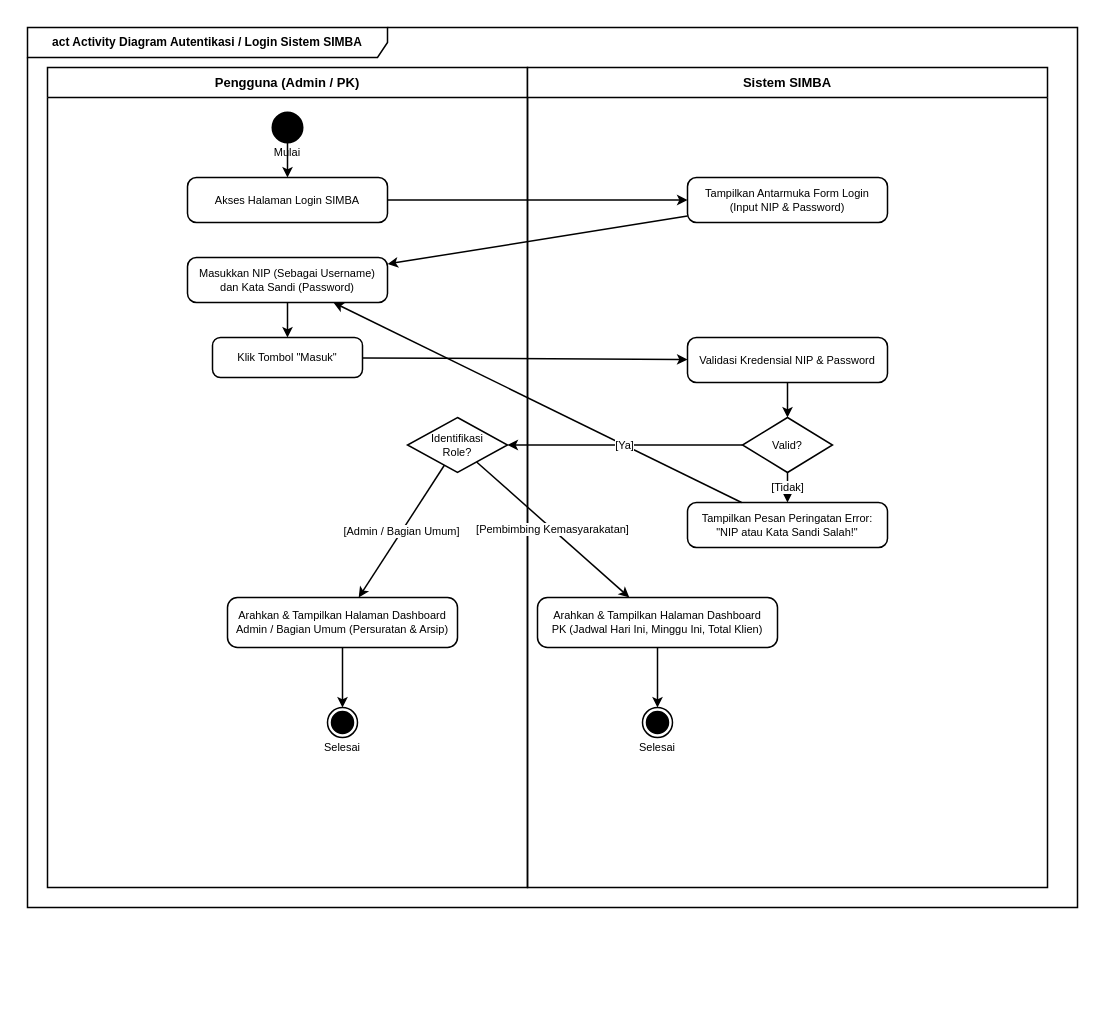
Above: page "1. Login Sistem" (1 of 12) of diagram/activity_diagram_simba.drawio in hilyaaulia14/SIMBA (draw.io), before the change. Source tidied: cells renumbered, new cells numbered last; positions are measured from the earlier drawing's top-left corner, leaving out a move shared by most shapes. Both pictures are drawn from the tidied source at 100%, with x=0, y=0 at pixel (27, 27).
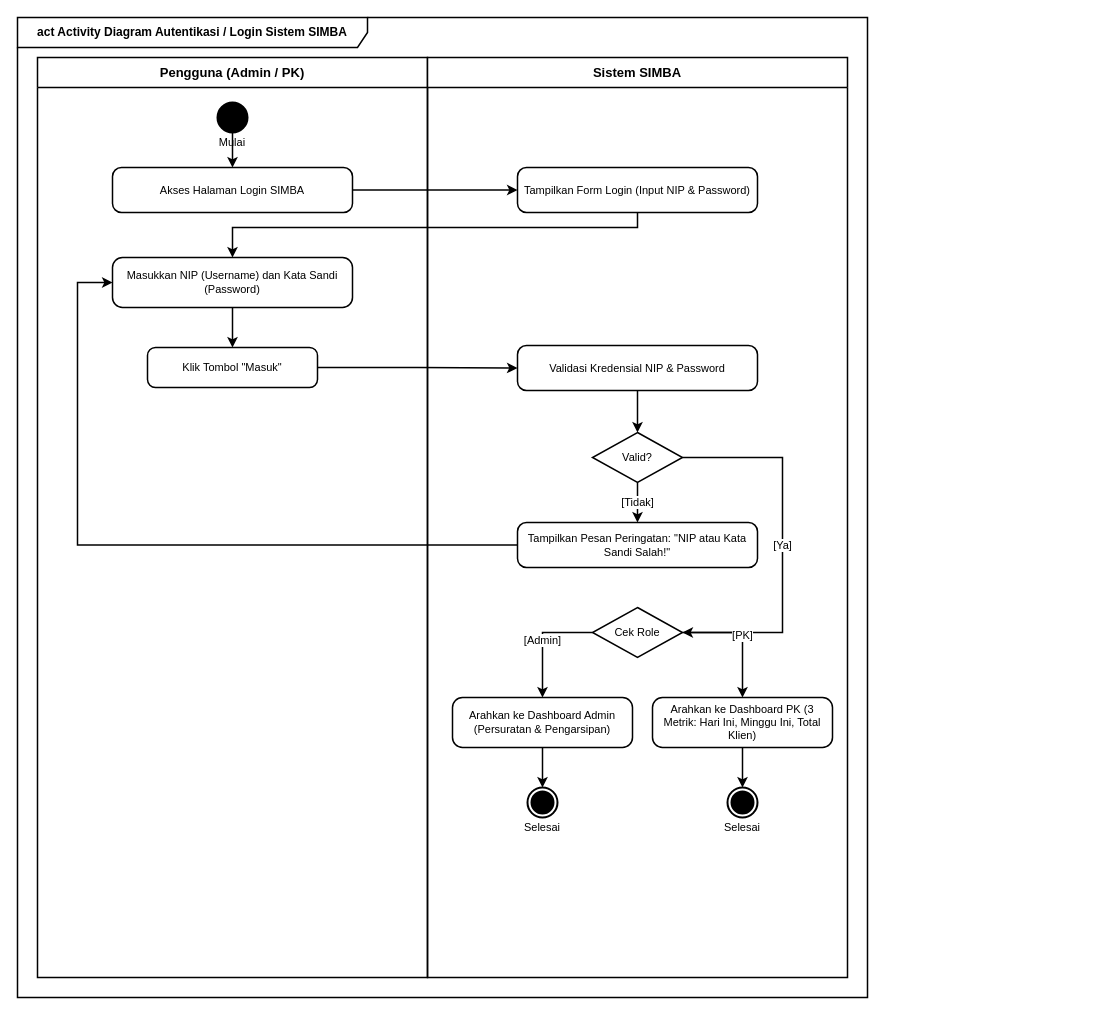
The same page after the edit.

Commit message (it also covers changes not shown here):
Menambahkan diagram yang diperlukan

What changed in the source:
```diff
@@
-    <mxCell id="2" value="act Activity Diagram Autentikasi / Login Sistem SIMBA" style="shape=umlFrame;whiteSpace=wrap;html=1;width=360;height=30;fillColor=#ffffff;strokeColor=#000000;fontColor=#000000;fontStyle=1;fontSize=12;strokeWidth=1.5;" parent="1" vertex="1">
-      <mxGeometry width="1050" height="880" as="geometry" />
+    <mxCell id="2" value="act Activity Diagram Autentikasi / Login Sistem SIMBA" style="shape=umlFrame;whiteSpace=wrap;html=1;width=350;height=30;fillColor=#ffffff;strokeColor=#000000;fontColor=#000000;fontStyle=1;fontSize=12;strokeWidth=1.5;" parent="1" vertex="1">
+      <mxGeometry x="-10" y="-10" width="850" height="980" as="geometry" />
     </mxCell>
     <mxCell id="3" value="Pengguna (Admin / PK)" style="swimlane;html=1;startSize=30;horizontal=1;containerType=swimlane;whiteSpace=wrap;fillColor=#ffffff;strokeColor=#000000;fontColor=#000000;fontStyle=1;fontSize=13;strokeWidth=1.5;" parent="1" vertex="1">
-      <mxGeometry x="20" y="40" width="480" height="820" as="geometry" />
+      <mxGeometry x="10" y="30" width="390" height="920" as="geometry" />
     </mxCell>
     <mxCell id="4" value="Sistem SIMBA" style="swimlane;html=1;startSize=30;horizontal=1;containerType=swimlane;whiteSpace=wrap;fillColor=#ffffff;strokeColor=#000000;fontColor=#000000;fontStyle=1;fontSize=13;strokeWidth=1.5;" parent="1" vertex="1">
-      <mxGeometry x="500" y="40" width="520" height="820" as="geometry" />
+      <mxGeometry x="400" y="30" width="420" height="920" as="geometry" />
     </mxCell>
     <mxCell id="5" style="ellipse;fillColor=#000000;strokeColor=#000000;strokeWidth=2;" parent="1" vertex="1">
-      <mxGeometry x="245" y="85" width="30" height="30" as="geometry" />
+      <mxGeometry x="190" y="75" width="30" height="30" as="geometry" />
     </mxCell>
     <mxCell id="6" value="Mulai" style="text;html=1;strokeColor=none;fillColor=none;align=center;verticalAlign=middle;whiteSpace=wrap;rounded=0;fontSize=11;fontColor=#000000;" parent="1" vertex="1">
-      <mxGeometry x="230" y="115" width="60" height="20" as="geometry" />
+      <mxGeometry x="175" y="105" width="60" height="20" as="geometry" />
     </mxCell>
     <mxCell id="7" value="Akses Halaman Login SIMBA" style="rounded=1;whiteSpace=wrap;html=1;arcSize=20;strokeWidth=1.5;fillColor=#ffffff;strokeColor=#000000;fontColor=#000000;fontSize=11;" parent="1" vertex="1">
-      <mxGeometry x="160" y="150" width="200" height="45" as="geometry" />
+      <mxGeometry x="85" y="140" width="240" height="45" as="geometry" />
     </mxCell>
-    <mxCell id="8" value="Tampilkan Antarmuka Form Login&#10;(Input NIP &amp; Password)" style="rounded=1;whiteSpace=wrap;html=1;arcSize=20;strokeWidth=1.5;fillColor=#ffffff;strokeColor=#000000;fontColor=#000000;fontSize=11;" parent="1" vertex="1">
-      <mxGeometry x="660" y="150" width="200" height="45" as="geometry" />
+    <mxCell id="8" value="Tampilkan Form Login&amp;#xa;(Input NIP &amp; Password)" style="rounded=1;whiteSpace=wrap;html=1;arcSize=20;strokeWidth=1.5;fillColor=#ffffff;strokeColor=#000000;fontColor=#000000;fontSize=11;" parent="1" vertex="1">
+      <mxGeometry x="490" y="140" width="240" height="45" as="geometry" />
     </mxCell>
-    <mxCell id="9" value="Masukkan NIP (Sebagai Username)&#10;dan Kata Sandi (Password)" style="rounded=1;whiteSpace=wrap;html=1;arcSize=20;strokeWidth=1.5;fillColor=#ffffff;strokeColor=#000000;fontColor=#000000;fontSize=11;" parent="1" vertex="1">
-      <mxGeometry x="160" y="230" width="200" height="45" as="geometry" />
+    <mxCell id="9" value="Masukkan NIP (Username)&amp;#xa;dan Kata Sandi (Password)" style="rounded=1;whiteSpace=wrap;html=1;arcSize=20;strokeWidth=1.5;fillColor=#ffffff;strokeColor=#000000;fontColor=#000000;fontSize=11;" parent="1" vertex="1">
+      <mxGeometry x="85" y="230" width="240" height="50" as="geometry" />
     </mxCell>
     <mxCell id="10" value="Klik Tombol &quot;Masuk&quot;" style="rounded=1;whiteSpace=wrap;html=1;arcSize=20;strokeWidth=1.5;fillColor=#ffffff;strokeColor=#000000;fontColor=#000000;fontSize=11;" parent="1" vertex="1">
-      <mxGeometry x="185" y="310" width="150" height="40" as="geometry" />
+      <mxGeometry x="120" y="320" width="170" height="40" as="geometry" />
     </mxCell>
     <mxCell id="11" value="Validasi Kredensial NIP &amp; Password" style="rounded=1;whiteSpace=wrap;html=1;arcSize=20;strokeWidth=1.5;fillColor=#ffffff;strokeColor=#000000;fontColor=#000000;fontSize=11;" parent="1" vertex="1">
-      <mxGeometry x="660" y="310" width="200" height="45" as="geometry" />
+      <mxGeometry x="490" y="318" width="240" height="45" as="geometry" />
     </mxCell>
     <mxCell id="12" value="Valid?" style="rhombus;whiteSpace=wrap;html=1;strokeWidth=1.5;fillColor=#ffffff;strokeColor=#000000;fontColor=#000000;fontSize=11;" parent="1" vertex="1">
-      <mxGeometry x="715" y="390" width="90" height="55" as="geometry" />
+      <mxGeometry x="565" y="405" width="90" height="50" as="geometry" />
     </mxCell>
-    <mxCell id="13" value="Tampilkan Pesan Peringatan Error:&#10;&quot;NIP atau Kata Sandi Salah!&quot;" style="rounded=1;whiteSpace=wrap;html=1;arcSize=20;strokeWidth=1.5;fillColor=#ffffff;strokeColor=#000000;fontColor=#000000;fontSize=11;" parent="1" vertex="1">
-      <mxGeometry x="660" y="475" width="200" height="45" as="geometry" />
+    <mxCell id="13" value="Tampilkan Pesan Peringatan:&amp;#xa;&quot;NIP atau Kata Sandi Salah!&quot;" style="rounded=1;whiteSpace=wrap;html=1;arcSize=20;strokeWidth=1.5;fillColor=#ffffff;strokeColor=#000000;fontColor=#000000;fontSize=11;" parent="1" vertex="1">
+      <mxGeometry x="490" y="495" width="240" height="45" as="geometry" />
     </mxCell>
-    <mxCell id="14" value="Identifikasi&#10;Role?" style="rhombus;whiteSpace=wrap;html=1;strokeWidth=1.5;fillColor=#ffffff;strokeColor=#000000;fontColor=#000000;fontSize=11;" parent="1" vertex="1">
-      <mxGeometry x="380" y="390" width="100" height="55" as="geometry" />
+    <mxCell id="14" value="Cek Role" style="rhombus;whiteSpace=wrap;html=1;strokeWidth=1.5;fillColor=#ffffff;strokeColor=#000000;fontColor=#000000;fontSize=11;" parent="1" vertex="1">
+      <mxGeometry x="565" y="580" width="90" height="50" as="geometry" />
     </mxCell>
-    <mxCell id="15" value="Arahkan &amp; Tampilkan Halaman Dashboard&#10;Admin / Bagian Umum (Persuratan &amp; Arsip)" style="rounded=1;whiteSpace=wrap;html=1;arcSize=20;strokeWidth=1.5;fillColor=#ffffff;strokeColor=#000000;fontColor=#000000;fontSize=11;" parent="1" vertex="1">
-      <mxGeometry x="200" y="570" width="230" height="50" as="geometry" />
+    <mxCell id="15" value="Arahkan ke Dashboard Admin&amp;#xa;(Persuratan &amp; Pengarsipan)" style="rounded=1;whiteSpace=wrap;html=1;arcSize=20;strokeWidth=1.5;fillColor=#ffffff;strokeColor=#000000;fontColor=#000000;fontSize=11;" parent="1" vertex="1">
+      <mxGeometry x="425" y="670" width="180" height="50" as="geometry" />
     </mxCell>
-    <mxCell id="16" value="Arahkan &amp; Tampilkan Halaman Dashboard&#10;PK (Jadwal Hari Ini, Minggu Ini, Total Klien)" style="rounded=1;whiteSpace=wrap;html=1;arcSize=20;strokeWidth=1.5;fillColor=#ffffff;strokeColor=#000000;fontColor=#000000;fontSize=11;" parent="1" vertex="1">
-      <mxGeometry x="510" y="570" width="240" height="50" as="geometry" />
+    <mxCell id="16" value="Arahkan ke Dashboard PK&amp;#xa;(3 Metrik: Hari Ini, Minggu Ini, Total Klien)" style="rounded=1;whiteSpace=wrap;html=1;arcSize=20;strokeWidth=1.5;fillColor=#ffffff;strokeColor=#000000;fontColor=#000000;fontSize=11;" parent="1" vertex="1">
+      <mxGeometry x="625" y="670" width="180" height="50" as="geometry" />
     </mxCell>
-    <mxCell id="17" style="ellipse;html=1;shape=endState;fillColor=#000000;strokeColor=#000000;strokeWidth=1.5;" parent="1" vertex="1">
-      <mxGeometry x="300" y="680" width="30" height="30" as="geometry" />
+    <mxCell id="17" style="ellipse;html=1;shape=endState;fillColor=#000000;strokeColor=#000000;strokeWidth=2;" parent="1" vertex="1">
+      <mxGeometry x="500" y="760" width="30" height="30" as="geometry" />
     </mxCell>
     <mxCell id="18" value="Selesai" style="text;html=1;strokeColor=none;fillColor=none;align=center;verticalAlign=middle;whiteSpace=wrap;rounded=0;fontSize=11;fontColor=#000000;" parent="1" vertex="1">
-      <mxGeometry x="285" y="710" width="60" height="20" as="geometry" />
+      <mxGeometry x="485" y="790" width="60" height="20" as="geometry" />
     </mxCell>
-    <mxCell id="19" style="ellipse;html=1;shape=endState;fillColor=#000000;strokeColor=#000000;strokeWidth=1.5;" parent="1" vertex="1">
-      <mxGeometry x="615" y="680" width="30" height="30" as="geometry" />
+    <mxCell id="19" style="ellipse;html=1;shape=endState;fillColor=#000000;strokeColor=#000000;strokeWidth=2;" parent="1" vertex="1">
+      <mxGeometry x="700" y="760" width="30" height="30" as="geometry" />
     </mxCell>
     <mxCell id="20" value="Selesai" style="text;html=1;strokeColor=none;fillColor=none;align=center;verticalAlign=middle;whiteSpace=wrap;rounded=0;fontSize=11;fontColor=#000000;" parent="1" vertex="1">
-      <mxGeometry x="600" y="710" width="60" height="20" as="geometry" />
+      <mxGeometry x="685" y="790" width="60" height="20" as="geometry" />
     </mxCell>
-    <mxCell id="21" style="endArrow=classic;html=1;rounded=0;strokeColor=#000000;strokeWidth=1.5;fontColor=#000000;fontSize=11;labelBackgroundColor=#ffffff;" parent="1" edge="1" source="5" target="7">
+    <mxCell id="21" style="edgeStyle=orthogonalEdgeStyle;rounded=0;jettySize=auto;html=1;strokeColor=#000000;strokeWidth=1.5;fontSize=11;fontColor=#000000;endArrow=classic;" parent="1" edge="1" source="5" target="7">
       <mxGeometry relative="1" as="geometry" />
     </mxCell>
-    <mxCell id="22" style="endArrow=classic;html=1;rounded=0;strokeColor=#000000;strokeWidth=1.5;fontColor=#000000;fontSize=11;labelBackgroundColor=#ffffff;" parent="1" edge="1" source="7" target="8">
+    <mxCell id="22" style="edgeStyle=orthogonalEdgeStyle;rounded=0;jettySize=auto;html=1;strokeColor=#000000;strokeWidth=1.5;fontSize=11;fontColor=#000000;endArrow=classic;" parent="1" edge="1" source="7" target="8">
       <mxGeometry relative="1" as="geometry" />
     </mxCell>
-    <mxCell id="23" style="endArrow=classic;html=1;rounded=0;strokeColor=#000000;strokeWidth=1.5;fontColor=#000000;fontSize=11;labelBackgroundColor=#ffffff;" parent="1" edge="1" source="8" target="9">
-      <mxGeometry relative="1" as="geometry" />
+    <mxCell id="23" style="edgeStyle=orthogonalEdgeStyle;rounded=0;jettySize=auto;html=1;strokeColor=#000000;strokeWidth=1.5;fontSize=11;fontColor=#000000;endArrow=classic;" parent="1" edge="1" source="8" target="9">
+      <mxGeometry relative="1" as="geometry">
+        <Array as="points">
+          <mxPoint x="610" y="200" />
+          <mxPoint x="205" y="200" />
+        </Array>
+      </mxGeometry>
     </mxCell>
-    <mxCell id="24" style="endArrow=classic;html=1;rounded=0;strokeColor=#000000;strokeWidth=1.5;fontColor=#000000;fontSize=11;labelBackgroundColor=#ffffff;" parent="1" edge="1" source="9" target="10">
+    <mxCell id="24" style="edgeStyle=orthogonalEdgeStyle;rounded=0;jettySize=auto;html=1;strokeColor=#000000;strokeWidth=1.5;fontSize=11;fontColor=#000000;endArrow=classic;" parent="1" edge="1" source="9" target="10">
       <mxGeometry relative="1" as="geometry" />
     </mxCell>
-    <mxCell id="25" style="endArrow=classic;html=1;rounded=0;strokeColor=#000000;strokeWidth=1.5;fontColor=#000000;fontSize=11;labelBackgroundColor=#ffffff;" parent="1" edge="1" source="10" target="11">
+    <mxCell id="25" style="edgeStyle=orthogonalEdgeStyle;rounded=0;jettySize=auto;html=1;strokeColor=#000000;strokeWidth=1.5;fontSize=11;fontColor=#000000;endArrow=classic;" parent="1" edge="1" source="10" target="11">
       <mxGeometry relative="1" as="geometry" />
     </mxCell>
-    <mxCell id="26" style="endArrow=classic;html=1;rounded=0;strokeColor=#000000;strokeWidth=1.5;fontColor=#000000;fontSize=11;labelBackgroundColor=#ffffff;" parent="1" edge="1" source="11" target="12">
+    <mxCell id="26" style="edgeStyle=orthogonalEdgeStyle;rounded=0;jettySize=auto;html=1;strokeColor=#000000;strokeWidth=1.5;fontSize=11;fontColor=#000000;endArrow=classic;" parent="1" edge="1" source="11" target="12">
       <mxGeometry relative="1" as="geometry" />
     </mxCell>
-    <mxCell id="27" value="[Tidak]" style="endArrow=classic;html=1;rounded=0;strokeColor=#000000;strokeWidth=1.5;fontColor=#000000;fontSize=11;labelBackgroundColor=#ffffff;" parent="1" edge="1" source="12" target="13">
+    <mxCell id="27" value="[Tidak]" style="edgeStyle=orthogonalEdgeStyle;rounded=0;jettySize=auto;html=1;strokeColor=#000000;strokeWidth=1.5;fontSize=11;fontColor=#000000;endArrow=classic;" parent="1" edge="1" source="12" target="13">
       <mxGeometry relative="1" as="geometry" />
     </mxCell>
-    <mxCell id="28" style="endArrow=classic;html=1;rounded=0;strokeColor=#000000;strokeWidth=1.5;fontColor=#000000;fontSize=11;labelBackgroundColor=#ffffff;" parent="1" edge="1" source="13" target="9">
-      <mxGeometry relative="1" as="geometry" />
+    <mxCell id="28" style="edgeStyle=orthogonalEdgeStyle;rounded=0;jettySize=auto;html=1;strokeColor=#000000;strokeWidth=1.5;fontSize=11;fontColor=#000000;endArrow=classic;" parent="1" edge="1" source="13" target="9">
+      <mxGeometry relative="1" as="geometry">
+        <Array as="points">
+          <mxPoint x="50" y="517" />
+          <mxPoint x="50" y="255" />
+        </Array>
+      </mxGeometry>
     </mxCell>
-    <mxCell id="29" value="[Ya]" style="endArrow=classic;html=1;rounded=0;strokeColor=#000000;strokeWidth=1.5;fontColor=#000000;fontSize=11;labelBackgroundColor=#ffffff;" parent="1" edge="1" source="12" target="14">
-      <mxGeometry relative="1" as="geometry" />
+    <mxCell id="29" value="[Ya]" style="edgeStyle=orthogonalEdgeStyle;rounded=0;jettySize=auto;html=1;strokeColor=#000000;strokeWidth=1.5;fontSize=11;fontColor=#000000;endArrow=classic;exitX=1;exitY=0.5;" parent="1" edge="1" source="12" target="14">
+      <mxGeometry relative="1" as="geometry">
+        <Array as="points">
+          <mxPoint x="755" y="430" />
+          <mxPoint x="755" y="605" />
+        </Array>
+      </mxGeometry>
     </mxCell>
-    <mxCell id="30" value="[Admin / Bagian Umum]" style="endArrow=classic;html=1;rounded=0;strokeColor=#000000;strokeWidth=1.5;fontColor=#000000;fontSize=11;labelBackgroundColor=#ffffff;" parent="1" edge="1" source="14" target="15">
-      <mxGeometry relative="1" as="geometry" />
+    <mxCell id="30" value="[Admin]" style="edgeStyle=orthogonalEdgeStyle;rounded=0;jettySize=auto;html=1;strokeColor=#000000;strokeWidth=1.5;fontSize=11;fontColor=#000000;endArrow=classic;" parent="1" edge="1" source="14" target="15">
+      <mxGeometry relative="1" as="geometry">
+        <Array as="points">
+          <mxPoint x="515" y="605" />
+        </Array>
+      </mxGeometry>
     </mxCell>
-    <mxCell id="31" value="[Pembimbing Kemasyarakatan]" style="endArrow=classic;html=1;rounded=0;strokeColor=#000000;strokeWidth=1.5;fontColor=#000000;fontSize=11;labelBackgroundColor=#ffffff;" parent="1" edge="1" source="14" target="16">
-      <mxGeometry relative="1" as="geometry" />
+    <mxCell id="31" value="[PK]" style="edgeStyle=orthogonalEdgeStyle;rounded=0;jettySize=auto;html=1;strokeColor=#000000;strokeWidth=1.5;fontSize=11;fontColor=#000000;endArrow=classic;" parent="1" edge="1" source="14" target="16">
+      <mxGeometry relative="1" as="geometry">
+        <Array as="points">
+          <mxPoint x="715" y="605" />
+        </Array>
+      </mxGeometry>
     </mxCell>
-    <mxCell id="32" style="endArrow=classic;html=1;rounded=0;strokeColor=#000000;strokeWidth=1.5;fontColor=#000000;fontSize=11;labelBackgroundColor=#ffffff;" parent="1" edge="1" source="15" target="17">
+    <mxCell id="32" style="edgeStyle=orthogonalEdgeStyle;rounded=0;jettySize=auto;html=1;strokeColor=#000000;strokeWidth=1.5;fontSize=11;fontColor=#000000;endArrow=classic;" parent="1" edge="1" source="15" target="17">
       <mxGeometry relative="1" as="geometry" />
     </mxCell>
-    <mxCell id="33" style="endArrow=classic;html=1;rounded=0;strokeColor=#000000;strokeWidth=1.5;fontColor=#000000;fontSize=11;labelBackgroundColor=#ffffff;" parent="1" edge="1" source="16" target="19">
+    <mxCell id="33" style="edgeStyle=orthogonalEdgeStyle;rounded=0;jettySize=auto;html=1;strokeColor=#000000;strokeWidth=1.5;fontSize=11;fontColor=#000000;endArrow=classic;" parent="1" edge="1" source="16" target="19">
       <mxGeometry relative="1" as="geometry" />
     </mxCell>
```
